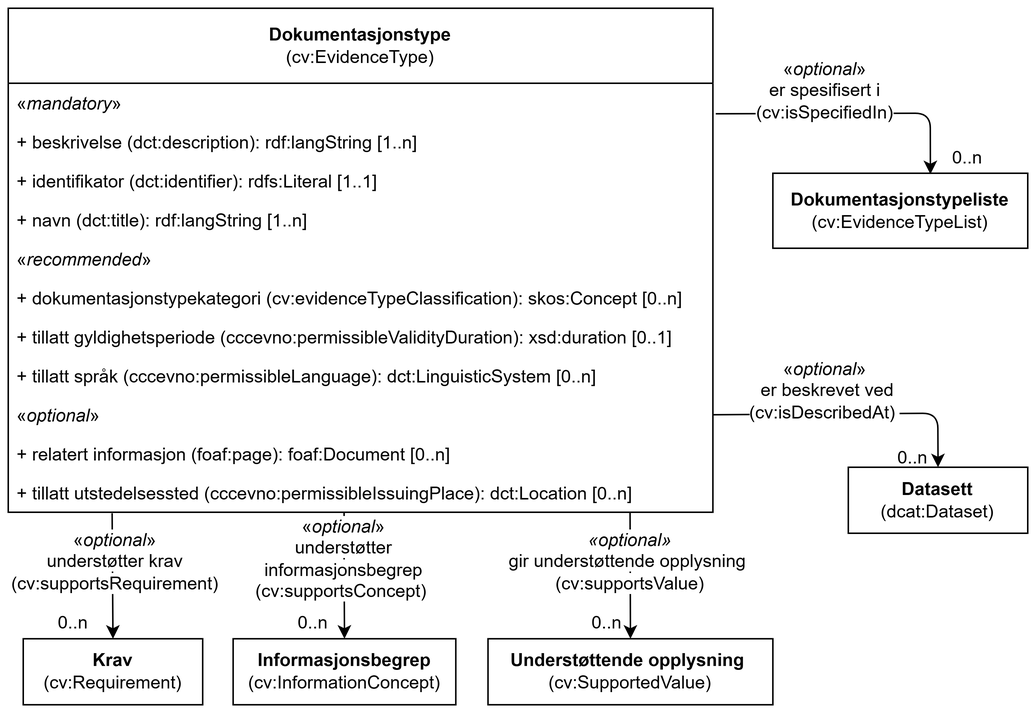
Above: docs/images/KlassenDokumentasjonstype.png in Informasjonsforvaltning/cccev-ap-no (draw.io), before the change. Source tidied: cells renumbered, new cells last; positions are measured from the earlier drawing's top-left corner, leaving out a move shared by most shapes.
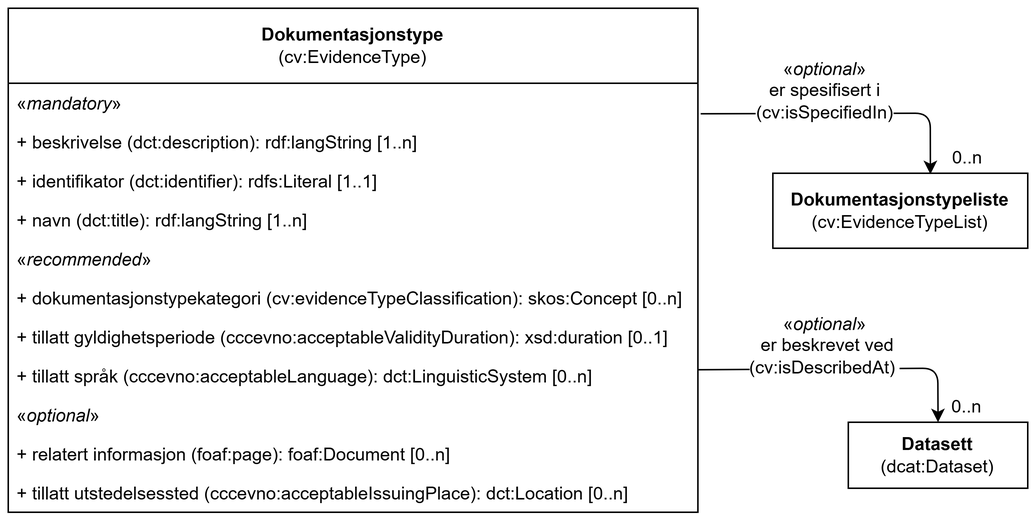
The same file after the commit.

Commit message:
Oppdaterer dokumentasjonstype og -typeliste

The edit, as a diff of the source:
```diff
@@ -19,101 +19,57 @@
       <mxGeometry x="620" y="90" width="40" height="20" as="geometry" />
     </mxCell>
     <mxCell id="6" value="&lt;b style=&quot;border-color: var(--border-color);&quot;&gt;Dokumentasjonstype&lt;/b&gt;&lt;br style=&quot;border-color: var(--border-color);&quot;&gt;(cv:EvidenceType)" style="swimlane;fontStyle=0;horizontal=1;startSize=50;fillColor=none;whiteSpace=wrap;html=1;" parent="1" vertex="1">
-      <mxGeometry width="470" height="336" as="geometry" />
+      <mxGeometry width="460" height="336" as="geometry" />
     </mxCell>
     <mxCell id="7" value="«&lt;i&gt;mandatory&lt;/i&gt;»" style="text;strokeColor=none;fillColor=none;align=left;verticalAlign=top;spacingLeft=4;spacingRight=4;overflow=hidden;points=[[0,0.5],[1,0.5]];portConstraint=eastwest;whiteSpace=wrap;html=1;" parent="6" vertex="1">
-      <mxGeometry y="50" width="470" height="26" as="geometry" />
+      <mxGeometry y="50" width="460" height="26" as="geometry" />
     </mxCell>
     <mxCell id="8" value="+&amp;nbsp;beskrivelse (dct:description): rdf:langString [1..n]" style="text;strokeColor=none;fillColor=none;align=left;verticalAlign=top;spacingLeft=4;spacingRight=4;overflow=hidden;whiteSpace=wrap;html=1;" parent="6" vertex="1">
-      <mxGeometry y="76" width="470" height="26" as="geometry" />
+      <mxGeometry y="76" width="460" height="26" as="geometry" />
     </mxCell>
     <mxCell id="9" value="+&amp;nbsp;identifikator (dct:identifier): rdfs:Literal [1..1]" style="text;strokeColor=none;fillColor=none;align=left;verticalAlign=top;spacingLeft=4;spacingRight=4;overflow=hidden;whiteSpace=wrap;html=1;" parent="6" vertex="1">
-      <mxGeometry y="102" width="470" height="26" as="geometry" />
+      <mxGeometry y="102" width="460" height="26" as="geometry" />
     </mxCell>
     <mxCell id="10" value="+&amp;nbsp;navn (dct:title): rdf:langString [1..n]" style="text;strokeColor=none;fillColor=none;align=left;verticalAlign=top;spacingLeft=4;spacingRight=4;overflow=hidden;whiteSpace=wrap;html=1;" parent="6" vertex="1">
-      <mxGeometry y="128" width="470" height="26" as="geometry" />
+      <mxGeometry y="128" width="460" height="26" as="geometry" />
     </mxCell>
     <mxCell id="11" value="«&lt;i style=&quot;&quot;&gt;recommended&lt;/i&gt;»" style="text;strokeColor=none;fillColor=none;align=left;verticalAlign=top;spacingLeft=4;spacingRight=4;overflow=hidden;whiteSpace=wrap;html=1;" parent="6" vertex="1">
-      <mxGeometry y="154" width="470" height="26" as="geometry" />
+      <mxGeometry y="154" width="460" height="26" as="geometry" />
     </mxCell>
     <mxCell id="12" value="+&amp;nbsp;dokumentasjonstypekategori (cv:evidenceTypeClassification): skos:Concept [0..n]&lt;span style=&quot;border-color: var(--border-color); background-color: rgb(255, 255, 0);&quot;&gt;&lt;br style=&quot;border-color: var(--border-color); padding: 0px; margin: 0px;&quot;&gt;&lt;/span&gt;" style="text;strokeColor=none;fillColor=none;align=left;verticalAlign=top;spacingLeft=4;spacingRight=4;overflow=hidden;whiteSpace=wrap;html=1;" parent="6" vertex="1">
-      <mxGeometry y="180" width="470" height="26" as="geometry" />
+      <mxGeometry y="180" width="460" height="26" as="geometry" />
     </mxCell>
-    <mxCell id="13" value="+ tillatt gyldighetsperiode (cccevno:permissibleValidityDuration): xsd:duration [0..1]&lt;span style=&quot;border-color: var(--border-color); background-color: rgb(255, 255, 0);&quot;&gt;&lt;br style=&quot;border-color: var(--border-color); padding: 0px; margin: 0px;&quot;&gt;&lt;/span&gt;" style="text;strokeColor=none;fillColor=none;align=left;verticalAlign=top;spacingLeft=4;spacingRight=4;overflow=hidden;whiteSpace=wrap;html=1;" parent="6" vertex="1">
-      <mxGeometry y="206" width="470" height="26" as="geometry" />
+    <mxCell id="13" value="+ tillatt gyldighetsperiode (cccevno:acceptableValidityDuration): xsd:duration [0..1]&lt;span style=&quot;border-color: var(--border-color); background-color: rgb(255, 255, 0);&quot;&gt;&lt;br style=&quot;border-color: var(--border-color); padding: 0px; margin: 0px;&quot;&gt;&lt;/span&gt;" style="text;strokeColor=none;fillColor=none;align=left;verticalAlign=top;spacingLeft=4;spacingRight=4;overflow=hidden;whiteSpace=wrap;html=1;" parent="6" vertex="1">
+      <mxGeometry y="206" width="460" height="26" as="geometry" />
     </mxCell>
-    <mxCell id="14" value="+ tillatt språk (cccevno:permissibleLanguage): dct:LinguisticSystem [0..n]" style="text;strokeColor=none;fillColor=none;align=left;verticalAlign=top;spacingLeft=4;spacingRight=4;overflow=hidden;whiteSpace=wrap;html=1;" parent="6" vertex="1">
-      <mxGeometry y="232" width="470" height="26" as="geometry" />
+    <mxCell id="14" value="+ tillatt språk (cccevno:acceptableLanguage): dct:LinguisticSystem [0..n]" style="text;strokeColor=none;fillColor=none;align=left;verticalAlign=top;spacingLeft=4;spacingRight=4;overflow=hidden;whiteSpace=wrap;html=1;" parent="6" vertex="1">
+      <mxGeometry y="232" width="460" height="26" as="geometry" />
     </mxCell>
     <mxCell id="15" value="«&lt;i&gt;optional&lt;/i&gt;»" style="text;strokeColor=none;fillColor=none;align=left;verticalAlign=top;spacingLeft=4;spacingRight=4;overflow=hidden;points=[[0,0.5],[1,0.5]];portConstraint=eastwest;whiteSpace=wrap;html=1;" parent="6" vertex="1">
-      <mxGeometry y="258" width="470" height="26" as="geometry" />
+      <mxGeometry y="258" width="460" height="26" as="geometry" />
     </mxCell>
     <mxCell id="16" value="+&amp;nbsp;relatert informasjon (foaf:page): foaf:Document [0..n]" style="text;strokeColor=none;fillColor=none;align=left;verticalAlign=top;spacingLeft=4;spacingRight=4;overflow=hidden;whiteSpace=wrap;html=1;" parent="6" vertex="1">
-      <mxGeometry y="284" width="470" height="26" as="geometry" />
+      <mxGeometry y="284" width="460" height="26" as="geometry" />
     </mxCell>
-    <mxCell id="17" value="+ tillatt utstedelsessted (cccevno:permissibleIssuingPlace): dct:Location [0..n]&lt;span style=&quot;border-color: var(--border-color); background-color: rgb(255, 255, 0);&quot;&gt;&lt;br style=&quot;border-color: var(--border-color); padding: 0px; margin: 0px;&quot;&gt;&lt;/span&gt;" style="text;strokeColor=none;fillColor=none;align=left;verticalAlign=top;spacingLeft=4;spacingRight=4;overflow=hidden;whiteSpace=wrap;html=1;" parent="6" vertex="1">
-      <mxGeometry y="310" width="470" height="26" as="geometry" />
+    <mxCell id="17" value="+ tillatt utstedelsessted (cccevno:acceptableIssuingPlace): dct:Location [0..n]&lt;span style=&quot;border-color: var(--border-color); background-color: rgb(255, 255, 0);&quot;&gt;&lt;br style=&quot;border-color: var(--border-color); padding: 0px; margin: 0px;&quot;&gt;&lt;/span&gt;" style="text;strokeColor=none;fillColor=none;align=left;verticalAlign=top;spacingLeft=4;spacingRight=4;overflow=hidden;whiteSpace=wrap;html=1;" parent="6" vertex="1">
+      <mxGeometry y="310" width="460" height="26" as="geometry" />
     </mxCell>
-    <mxCell id="18" value="&lt;b&gt;Krav&lt;/b&gt;&lt;br&gt;(cv:Requirement)" style="rounded=0;whiteSpace=wrap;html=1;fillColor=none;strokeColor=#000000;" parent="1" vertex="1">
-      <mxGeometry x="10" y="420.3" width="119.7" height="44" as="geometry" />
-    </mxCell>
-    <mxCell id="19" style="endArrow=classic;html=1;rounded=1;entryX=0.5;entryY=0;entryDx=0;entryDy=0;exitX=0.121;exitY=1.013;exitDx=0;exitDy=0;exitPerimeter=0;" parent="1" edge="1" target="18">
-      <mxGeometry relative="1" as="geometry">
-        <mxPoint x="69.3" y="336.7" as="sourcePoint" />
-      </mxGeometry>
-    </mxCell>
-    <mxCell id="20" value="0..n" style="text;html=1;strokeColor=none;fillColor=none;align=center;verticalAlign=middle;whiteSpace=wrap;rounded=0;" parent="1" vertex="1">
-      <mxGeometry x="30" y="400.3" width="27.4" height="20" as="geometry" />
-    </mxCell>
-    <mxCell id="21" value="&lt;span style=&quot;background-color: rgb(255, 255, 255);&quot;&gt;«&lt;i style=&quot;&quot;&gt;optional&lt;/i&gt;»&lt;br&gt;understøtter krav&lt;br&gt;(cv:supportsRequirement)&lt;/span&gt;" style="text;html=1;strokeColor=none;fillColor=none;align=center;verticalAlign=middle;whiteSpace=wrap;rounded=0;" parent="1" vertex="1">
-      <mxGeometry y="343.3" width="143.4" height="52" as="geometry" />
-    </mxCell>
     <mxCell id="22" value="&lt;b&gt;Datasett&lt;/b&gt;&lt;br&gt;(dcat:Dataset)" style="rounded=0;whiteSpace=wrap;html=1;fillColor=none;strokeColor=#000000;" parent="1" vertex="1">
-      <mxGeometry x="560.3" y="306" width="119.7" height="44" as="geometry" />
+      <mxGeometry x="560.3" y="276" width="119.7" height="44" as="geometry" />
     </mxCell>
-    <mxCell id="23" style="endArrow=classic;html=1;rounded=1;entryX=0.5;entryY=0;entryDx=0;entryDy=0;endFill=1;exitX=1;exitY=0.5;exitDx=0;exitDy=0;" parent="1" edge="1" source="15" target="22">
+    <mxCell id="23" style="endArrow=classic;html=1;rounded=1;entryX=0.5;entryY=0;entryDx=0;entryDy=0;endFill=1;exitX=1;exitY=0.5;exitDx=0;exitDy=0;" parent="1" edge="1" target="22">
       <mxGeometry relative="1" as="geometry">
+        <mxPoint x="460" y="241" as="sourcePoint" />
         <Array as="points">
-          <mxPoint x="620" y="270" />
+          <mxPoint x="620" y="240" />
         </Array>
       </mxGeometry>
     </mxCell>
     <mxCell id="24" value="&lt;span style=&quot;background-color: rgb(255, 255, 255);&quot;&gt;«&lt;i style=&quot;&quot;&gt;optional&lt;/i&gt;»&lt;br&gt;&lt;span style=&quot;text-align: left;&quot;&gt;&amp;nbsp;er beskrevet ved (cv:isDescribedAt)&amp;nbsp;&lt;/span&gt;&lt;/span&gt;" style="text;html=1;strokeColor=none;fillColor=none;align=center;verticalAlign=middle;whiteSpace=wrap;rounded=0;" parent="1" vertex="1">
-      <mxGeometry x="509.9" y="240" width="70.2" height="30" as="geometry" />
+      <mxGeometry x="509.9" y="210" width="70.2" height="30" as="geometry" />
     </mxCell>
     <mxCell id="25" value="0..n" style="text;html=1;strokeColor=none;fillColor=none;align=center;verticalAlign=middle;whiteSpace=wrap;rounded=0;" parent="1" vertex="1">
-      <mxGeometry x="590" y="290" width="27.4" height="20" as="geometry" />
+      <mxGeometry x="626.3" y="256" width="27.4" height="20" as="geometry" />
     </mxCell>
-    <mxCell id="26" value="&lt;b&gt;Informasjonsbegrep&lt;br&gt;&lt;/b&gt;(cv:InformationConcept)" style="rounded=0;whiteSpace=wrap;html=1;fillColor=none;strokeColor=#000000;" parent="1" vertex="1">
-      <mxGeometry x="150" y="420.3" width="148.5" height="44" as="geometry" />
-    </mxCell>
-    <mxCell id="27" value="0..n" style="text;html=1;strokeColor=none;fillColor=none;align=center;verticalAlign=middle;whiteSpace=wrap;rounded=0;" parent="1" vertex="1">
-      <mxGeometry x="190" y="400.3" width="27.4" height="20" as="geometry" />
-    </mxCell>
-    <mxCell id="28" style="endArrow=classic;html=1;rounded=1;entryX=0.5;entryY=0;entryDx=0;entryDy=0;" parent="1" edge="1" target="26">
-      <mxGeometry relative="1" as="geometry">
-        <mxPoint x="224" y="336.3" as="sourcePoint" />
-        <Array as="points">
-          <mxPoint x="224" y="370.3" />
-        </Array>
-      </mxGeometry>
-    </mxCell>
-    <mxCell id="29" value="&lt;span style=&quot;background-color: rgb(255, 255, 255);&quot;&gt;«&lt;i style=&quot;&quot;&gt;optional&lt;/i&gt;»&lt;br&gt;&lt;span style=&quot;text-align: left;&quot;&gt;understøtter informasjonsbegrep (cv:supportsConcept)&amp;nbsp;&lt;/span&gt;&lt;/span&gt;" style="text;html=1;align=center;verticalAlign=middle;whiteSpace=wrap;rounded=0;labelBackgroundColor=none;" parent="1" vertex="1">
-      <mxGeometry x="164.3" y="343.3" width="120" height="48" as="geometry" />
-    </mxCell>
-    <mxCell id="30" value="&lt;div&gt;&lt;b&gt;Understøttende opplysning&amp;nbsp;&lt;/b&gt;&lt;/div&gt;&lt;div&gt;(cv:SupportedValue)&lt;/div&gt;" style="rounded=0;whiteSpace=wrap;html=1;verticalAlign=middle;fontFamily=Helvetica;fontSize=12;fillColor=none;" parent="1" vertex="1">
-      <mxGeometry x="320" y="420.3" width="190" height="44" as="geometry" />
-    </mxCell>
-    <mxCell id="31" style="endArrow=classic;html=1;rounded=0;entryX=0.5;entryY=0;entryDx=0;entryDy=0;exitX=0.826;exitY=0.987;exitDx=0;exitDy=0;exitPerimeter=0;" parent="1" edge="1" target="30">
-      <mxGeometry relative="1" as="geometry">
-        <mxPoint x="414.7" y="336" as="sourcePoint" />
-      </mxGeometry>
-    </mxCell>
-    <mxCell id="32" value="&lt;div&gt;&lt;span style=&quot;background-color: light-dark(#ffffff, var(--ge-dark-color, #121212));&quot;&gt;&lt;i&gt;&amp;nbsp;&lt;/i&gt;&lt;/span&gt;&lt;span style=&quot;background-color: light-dark(#ffffff, var(--ge-dark-color, #121212));&quot;&gt;&lt;i&gt;«optional»&lt;/i&gt;&amp;nbsp;&lt;/span&gt;&lt;/div&gt;&lt;div&gt;&lt;span style=&quot;background-color: light-dark(#ffffff, var(--ge-dark-color, #121212));&quot;&gt;gir understøttende&amp;nbsp;&lt;/span&gt;&lt;span style=&quot;background-color: light-dark(#ffffff, var(--ge-dark-color, #121212)); color: light-dark(rgb(0, 0, 0), rgb(255, 255, 255));&quot;&gt;opplysning&amp;nbsp;&lt;/span&gt;&lt;/div&gt;&lt;div&gt;&lt;span style=&quot;background-color: light-dark(#ffffff, var(--ge-dark-color, #121212));&quot;&gt;(cv:supportsValue)&lt;/span&gt;&lt;/div&gt;" style="text;html=1;whiteSpace=wrap;strokeColor=none;fillColor=none;align=center;verticalAlign=middle;rounded=0;" parent="1" vertex="1">
-      <mxGeometry x="320" y="354.3" width="190" height="30" as="geometry" />
-    </mxCell>
-    <mxCell id="33" value="0..n" style="text;html=1;strokeColor=none;fillColor=none;align=center;verticalAlign=middle;whiteSpace=wrap;rounded=0;" parent="1" vertex="1">
-      <mxGeometry x="386" y="400.3" width="27.4" height="20" as="geometry" />
-    </mxCell>
   </root>
 </mxGraphModel>
```
